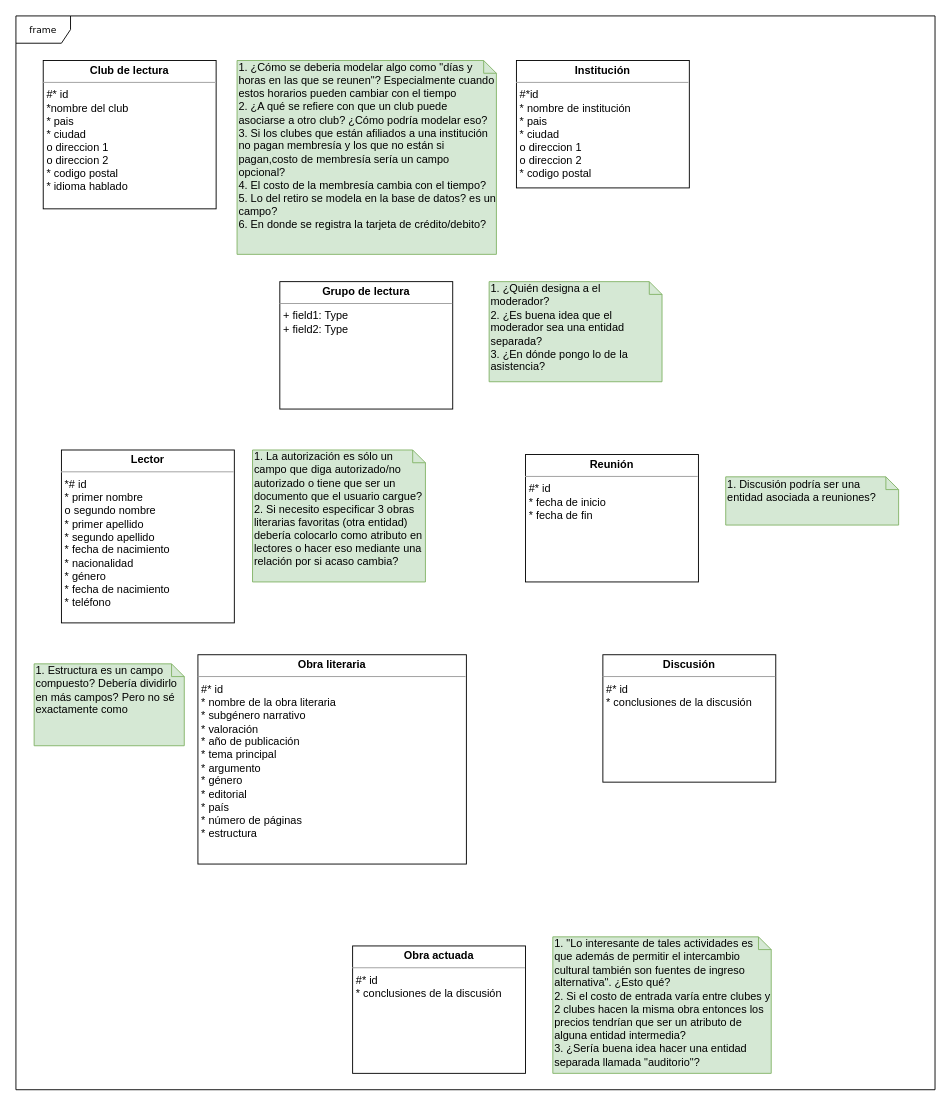
This is DB I/RC (Pseudo) Data structure.drawio from NeutronBlast/IS-Ex, a draw.io file, before an edit. Source tidied: cells renumbered, new cells numbered last; positions are measured from the earlier drawing's top-left corner, leaving out a move shared by most shapes. Both pictures are drawn from the tidied source at 91%, with x=0, y=0 at pixel (15, 15).
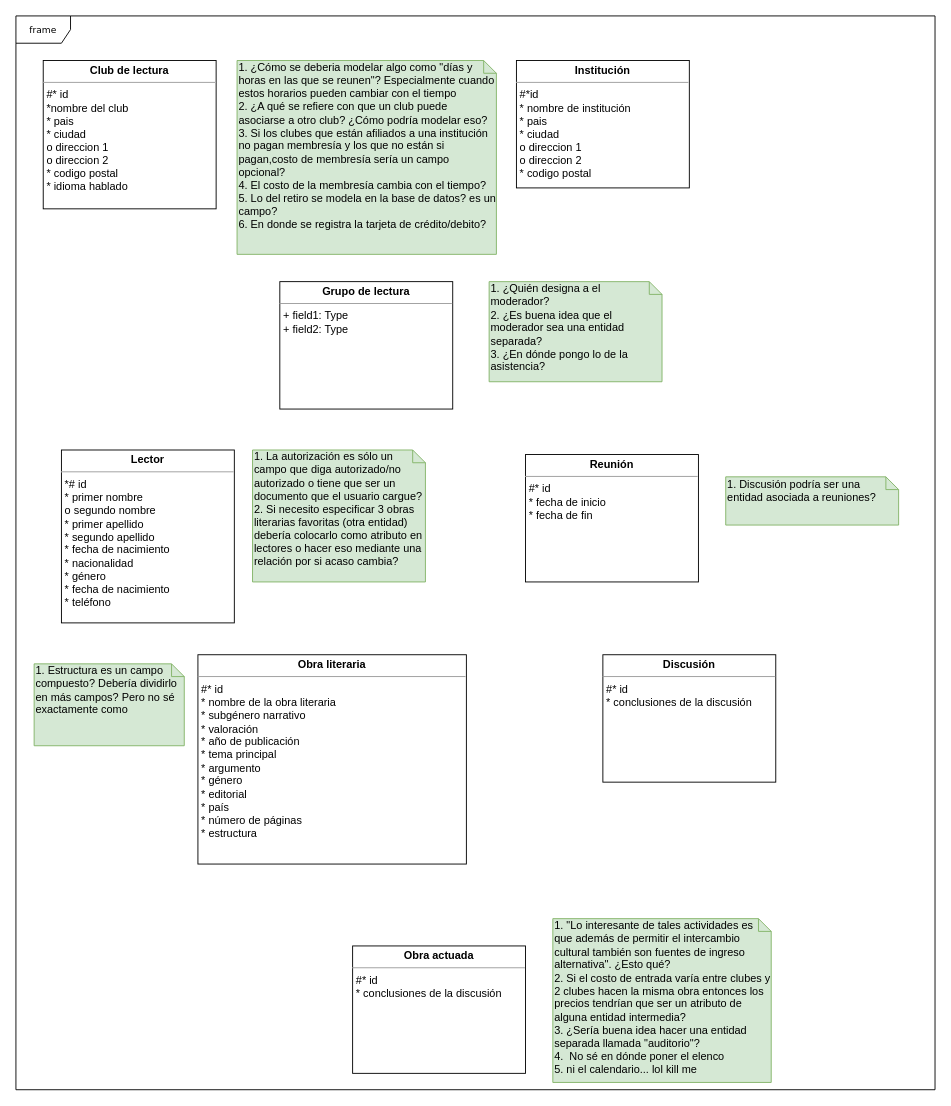
Above is the later version.

What changed in the source:
```diff
@@
 <mxGraphModel background="#ffffff">
   <root>
     <mxCell id="0" />
     <mxCell id="1" parent="0" />
     <mxCell id="2" value="frame" style="shape=umlFrame;whiteSpace=wrap;html=1;rounded=0;shadow=0;comic=0;labelBackgroundColor=none;strokeColor=#000000;strokeWidth=1;fillColor=#ffffff;fontFamily=Verdana;fontSize=10;fontColor=#000000;align=center;" parent="1" vertex="1">
       <mxGeometry width="1010" height="1180" as="geometry" />
     </mxCell>
     <mxCell id="3" value="&lt;p style=&quot;margin: 0px ; margin-top: 4px ; text-align: center&quot;&gt;&lt;b&gt;Obra literaria&lt;/b&gt;&lt;/p&gt;&lt;hr size=&quot;1&quot;&gt;&lt;p style=&quot;margin: 0px ; margin-left: 4px&quot;&gt;#* id&lt;/p&gt;&lt;p style=&quot;margin: 0px ; margin-left: 4px&quot;&gt;* nombre de la obra literaria&lt;/p&gt;&lt;p style=&quot;margin: 0px ; margin-left: 4px&quot;&gt;* subgénero narrativo&lt;/p&gt;&lt;p style=&quot;margin: 0px ; margin-left: 4px&quot;&gt;* valoración&lt;/p&gt;&lt;p style=&quot;margin: 0px ; margin-left: 4px&quot;&gt;* año de publicación&lt;/p&gt;&lt;p style=&quot;margin: 0px ; margin-left: 4px&quot;&gt;* tema principal&lt;/p&gt;&lt;p style=&quot;margin: 0px ; margin-left: 4px&quot;&gt;* argumento&lt;/p&gt;&lt;p style=&quot;margin: 0px ; margin-left: 4px&quot;&gt;* género&lt;/p&gt;&lt;p style=&quot;margin: 0px ; margin-left: 4px&quot;&gt;* editorial&lt;/p&gt;&lt;p style=&quot;margin: 0px ; margin-left: 4px&quot;&gt;* país&lt;/p&gt;&lt;p style=&quot;margin: 0px ; margin-left: 4px&quot;&gt;* número de páginas&lt;/p&gt;&lt;p style=&quot;margin: 0px ; margin-left: 4px&quot;&gt;* estructura&lt;/p&gt;" style="verticalAlign=top;align=left;overflow=fill;fontSize=12;fontFamily=Helvetica;html=1;rounded=0;shadow=0;comic=0;labelBackgroundColor=none;strokeColor=#000000;strokeWidth=1;fillColor=#ffffff;" parent="1" vertex="1">
       <mxGeometry x="200" y="702" width="295" height="230" as="geometry" />
     </mxCell>
     <mxCell id="4" value="&lt;p style=&quot;margin: 0px ; margin-top: 4px ; text-align: center&quot;&gt;&lt;b&gt;Institución&lt;/b&gt;&lt;/p&gt;&lt;hr size=&quot;1&quot;&gt;&lt;p style=&quot;margin: 0px ; margin-left: 4px&quot;&gt;#*id&amp;nbsp;&lt;/p&gt;&lt;p style=&quot;margin: 0px ; margin-left: 4px&quot;&gt;* nombre de institución&lt;/p&gt;&lt;p style=&quot;margin: 0px 0px 0px 4px&quot;&gt;* pais&lt;/p&gt;&lt;p style=&quot;margin: 0px 0px 0px 4px&quot;&gt;* ciudad&lt;/p&gt;&lt;p style=&quot;margin: 0px 0px 0px 4px&quot;&gt;o direccion 1&lt;/p&gt;&lt;p style=&quot;margin: 0px 0px 0px 4px&quot;&gt;o direccion 2&lt;/p&gt;&lt;p style=&quot;margin: 0px 0px 0px 4px&quot;&gt;* codigo postal&lt;/p&gt;" style="verticalAlign=top;align=left;overflow=fill;fontSize=12;fontFamily=Helvetica;html=1;rounded=0;shadow=0;comic=0;labelBackgroundColor=none;strokeColor=#000000;strokeWidth=1;fillColor=#ffffff;" parent="1" vertex="1">
       <mxGeometry x="550" y="49" width="190" height="140" as="geometry" />
     </mxCell>
     <mxCell id="5" value="&lt;p style=&quot;margin: 0px ; margin-top: 4px ; text-align: center&quot;&gt;&lt;b&gt;Reunión&lt;/b&gt;&lt;/p&gt;&lt;hr size=&quot;1&quot;&gt;&lt;p style=&quot;margin: 0px ; margin-left: 4px&quot;&gt;#* id&lt;/p&gt;&lt;p style=&quot;margin: 0px ; margin-left: 4px&quot;&gt;* fecha de inicio&lt;/p&gt;&lt;p style=&quot;margin: 0px ; margin-left: 4px&quot;&gt;* fecha de fin&lt;/p&gt;" style="verticalAlign=top;align=left;overflow=fill;fontSize=12;fontFamily=Helvetica;html=1;rounded=0;shadow=0;comic=0;labelBackgroundColor=none;strokeColor=#000000;strokeWidth=1;fillColor=#ffffff;" parent="1" vertex="1">
       <mxGeometry x="560" y="482" width="190" height="140" as="geometry" />
     </mxCell>
     <mxCell id="6" value="&lt;p style=&quot;margin: 0px ; margin-top: 4px ; text-align: center&quot;&gt;&lt;b&gt;Club de lectura&lt;/b&gt;&lt;/p&gt;&lt;hr size=&quot;1&quot;&gt;&lt;p style=&quot;margin: 0px ; margin-left: 4px&quot;&gt;#* id&lt;/p&gt;&lt;p style=&quot;margin: 0px ; margin-left: 4px&quot;&gt;*nombre del club&lt;/p&gt;&lt;p style=&quot;margin: 0px ; margin-left: 4px&quot;&gt;* pais&lt;/p&gt;&lt;p style=&quot;margin: 0px ; margin-left: 4px&quot;&gt;* ciudad&lt;/p&gt;&lt;p style=&quot;margin: 0px ; margin-left: 4px&quot;&gt;o direccion 1&lt;/p&gt;&lt;p style=&quot;margin: 0px ; margin-left: 4px&quot;&gt;o direccion 2&lt;/p&gt;&lt;p style=&quot;margin: 0px ; margin-left: 4px&quot;&gt;* codigo postal&lt;/p&gt;&lt;p style=&quot;margin: 0px ; margin-left: 4px&quot;&gt;* idioma hablado&lt;/p&gt;&lt;p style=&quot;margin: 0px ; margin-left: 4px&quot;&gt;&lt;br&gt;&lt;/p&gt;" style="verticalAlign=top;align=left;overflow=fill;fontSize=12;fontFamily=Helvetica;html=1;rounded=0;shadow=0;comic=0;labelBackgroundColor=none;strokeColor=#000000;strokeWidth=1;fillColor=#ffffff;" parent="1" vertex="1">
       <mxGeometry x="30" y="49" width="190" height="163" as="geometry" />
     </mxCell>
     <mxCell id="7" value="&lt;p style=&quot;margin: 0px ; margin-top: 4px ; text-align: center&quot;&gt;&lt;b&gt;Lector&lt;/b&gt;&lt;/p&gt;&lt;hr size=&quot;1&quot;&gt;&lt;p style=&quot;margin: 0px ; margin-left: 4px&quot;&gt;*# id&lt;/p&gt;&lt;p style=&quot;margin: 0px ; margin-left: 4px&quot;&gt;* primer nombre&lt;/p&gt;&lt;p style=&quot;margin: 0px ; margin-left: 4px&quot;&gt;o segundo nombre&lt;/p&gt;&lt;p style=&quot;margin: 0px ; margin-left: 4px&quot;&gt;* primer apellido&lt;/p&gt;&lt;p style=&quot;margin: 0px ; margin-left: 4px&quot;&gt;* segundo apellido&lt;/p&gt;&lt;p style=&quot;margin: 0px ; margin-left: 4px&quot;&gt;* fecha de nacimiento&lt;/p&gt;&lt;p style=&quot;margin: 0px ; margin-left: 4px&quot;&gt;* nacionalidad&lt;/p&gt;&lt;p style=&quot;margin: 0px ; margin-left: 4px&quot;&gt;* género&lt;/p&gt;&lt;p style=&quot;margin: 0px ; margin-left: 4px&quot;&gt;* fecha de nacimiento&lt;/p&gt;&lt;p style=&quot;margin: 0px ; margin-left: 4px&quot;&gt;* teléfono&lt;/p&gt;" style="verticalAlign=top;align=left;overflow=fill;fontSize=12;fontFamily=Helvetica;html=1;rounded=0;shadow=0;comic=0;labelBackgroundColor=none;strokeColor=#000000;strokeWidth=1;fillColor=#ffffff;" parent="1" vertex="1">
       <mxGeometry x="50" y="477" width="190" height="190" as="geometry" />
     </mxCell>
     <mxCell id="8" value="&lt;p style=&quot;margin: 0px ; margin-top: 4px ; text-align: center&quot;&gt;&lt;b&gt;Grupo de lectura&lt;/b&gt;&lt;/p&gt;&lt;hr size=&quot;1&quot;&gt;&lt;p style=&quot;margin: 0px ; margin-left: 4px&quot;&gt;+ field1: Type&lt;br&gt;+ field2: Type&lt;/p&gt;" style="verticalAlign=top;align=left;overflow=fill;fontSize=12;fontFamily=Helvetica;html=1;rounded=0;shadow=0;comic=0;labelBackgroundColor=none;strokeColor=#000000;strokeWidth=1;fillColor=#ffffff;" parent="1" vertex="1">
       <mxGeometry x="290" y="292" width="190" height="140" as="geometry" />
     </mxCell>
     <mxCell id="9" value="1. ¿Cómo se deberia modelar algo como &quot;días y horas en las que se reunen&quot;? Especialmente cuando estos horarios pueden cambiar con el tiempo&lt;br&gt;2. ¿A qué se refiere con que un club puede asociarse a otro club? ¿Cómo podría modelar eso?&lt;br&gt;3. Si los clubes que están afiliados a una institución no pagan membresía y los que no están si pagan,costo de membresía sería un campo opcional?&lt;br&gt;4. El costo de la membresía cambia con el tiempo?&lt;br&gt;5. Lo del retiro se modela en la base de datos? es un campo?&lt;br&gt;6. En donde se registra la tarjeta de crédito/debito?" style="shape=note;whiteSpace=wrap;html=1;size=14;verticalAlign=top;align=left;spacingTop=-6;fillColor=#d5e8d4;strokeColor=#82b366;" parent="1" vertex="1">
       <mxGeometry x="243" y="49" width="285" height="213" as="geometry" />
     </mxCell>
     <mxCell id="10" value="1. La autorización es sólo un campo que diga autorizado/no autorizado o tiene que ser un documento que el usuario cargue?&lt;br&gt;2. Si necesito especificar 3 obras literarias favoritas (otra entidad) debería colocarlo como atributo en lectores o hacer eso mediante una relación por si acaso cambia?" style="shape=note;whiteSpace=wrap;html=1;size=14;verticalAlign=top;align=left;spacingTop=-6;fillColor=#d5e8d4;strokeColor=#82b366;" parent="1" vertex="1">
       <mxGeometry x="260" y="477" width="190" height="145" as="geometry" />
     </mxCell>
     <mxCell id="11" value="1. ¿Quién designa a el moderador?&lt;br&gt;2. ¿Es buena idea que el moderador sea una entidad separada?&lt;br&gt;3. ¿En dónde pongo lo de la asistencia?" style="shape=note;whiteSpace=wrap;html=1;size=14;verticalAlign=top;align=left;spacingTop=-6;fillColor=#d5e8d4;strokeColor=#82b366;" parent="1" vertex="1">
       <mxGeometry x="520" y="292" width="190" height="110" as="geometry" />
     </mxCell>
     <mxCell id="12" value="1. Discusión podría ser una entidad asociada a reuniones?" style="shape=note;whiteSpace=wrap;html=1;size=14;verticalAlign=top;align=left;spacingTop=-6;fillColor=#d5e8d4;strokeColor=#82b366;" parent="1" vertex="1">
       <mxGeometry x="780" y="506.5" width="190" height="53" as="geometry" />
     </mxCell>
     <mxCell id="13" value="&lt;p style=&quot;margin: 0px ; margin-top: 4px ; text-align: center&quot;&gt;&lt;b&gt;Discusión&lt;/b&gt;&lt;/p&gt;&lt;hr size=&quot;1&quot;&gt;&lt;p style=&quot;margin: 0px ; margin-left: 4px&quot;&gt;#* id&lt;/p&gt;&lt;p style=&quot;margin: 0px ; margin-left: 4px&quot;&gt;* conclusiones de la discusión&lt;/p&gt;" style="verticalAlign=top;align=left;overflow=fill;fontSize=12;fontFamily=Helvetica;html=1;rounded=0;shadow=0;comic=0;labelBackgroundColor=none;strokeColor=#000000;strokeWidth=1;fillColor=#ffffff;" parent="1" vertex="1">
       <mxGeometry x="645" y="702" width="190" height="140" as="geometry" />
     </mxCell>
     <mxCell id="14" value="1. Estructura es un campo compuesto? Debería dividirlo en más campos? Pero no sé exactamente como&amp;nbsp;" style="shape=note;whiteSpace=wrap;html=1;size=14;verticalAlign=top;align=left;spacingTop=-6;fillColor=#d5e8d4;strokeColor=#82b366;" parent="1" vertex="1">
       <mxGeometry x="20" y="712" width="165" height="90" as="geometry" />
     </mxCell>
     <mxCell id="15" value="&lt;p style=&quot;margin: 0px ; margin-top: 4px ; text-align: center&quot;&gt;&lt;b&gt;Obra actuada&lt;/b&gt;&lt;/p&gt;&lt;hr size=&quot;1&quot;&gt;&lt;p style=&quot;margin: 0px ; margin-left: 4px&quot;&gt;#* id&lt;/p&gt;&lt;p style=&quot;margin: 0px ; margin-left: 4px&quot;&gt;* conclusiones de la discusión&lt;/p&gt;" style="verticalAlign=top;align=left;overflow=fill;fontSize=12;fontFamily=Helvetica;html=1;rounded=0;shadow=0;comic=0;labelBackgroundColor=none;strokeColor=#000000;strokeWidth=1;fillColor=#ffffff;" parent="1" vertex="1">
       <mxGeometry x="370" y="1022" width="190" height="140" as="geometry" />
     </mxCell>
-    <mxCell id="16" value="1. &quot;Lo interesante de tales actividades es que además de permitir el intercambio cultural también son fuentes de ingreso alternativa&quot;. ¿Esto qué?&lt;br&gt;2. Si el costo de entrada varía entre clubes y 2 clubes hacen la misma obra entonces los precios tendrían que ser un atributo de alguna entidad intermedia?&lt;br&gt;3. ¿Sería buena idea hacer una entidad separada llamada &quot;auditorio&quot;?" style="shape=note;whiteSpace=wrap;html=1;size=14;verticalAlign=top;align=left;spacingTop=-6;fillColor=#d5e8d4;strokeColor=#82b366;" parent="1" vertex="1">
-      <mxGeometry x="590" y="1012" width="240" height="150" as="geometry" />
+    <mxCell id="16" value="1. &quot;Lo interesante de tales actividades es que además de permitir el intercambio cultural también son fuentes de ingreso alternativa&quot;. ¿Esto qué?&lt;br&gt;2. Si el costo de entrada varía entre clubes y 2 clubes hacen la misma obra entonces los precios tendrían que ser un atributo de alguna entidad intermedia?&lt;br&gt;3. ¿Sería buena idea hacer una entidad separada llamada &quot;auditorio&quot;?&lt;br&gt;4.&amp;nbsp; No sé en dónde poner el elenco&lt;br&gt;5. ni el calendario... lol kill me" style="shape=note;whiteSpace=wrap;html=1;size=14;verticalAlign=top;align=left;spacingTop=-6;fillColor=#d5e8d4;strokeColor=#82b366;" parent="1" vertex="1">
+      <mxGeometry x="590" y="992" width="240" height="180" as="geometry" />
     </mxCell>
   </root>
 </mxGraphModel>
```
